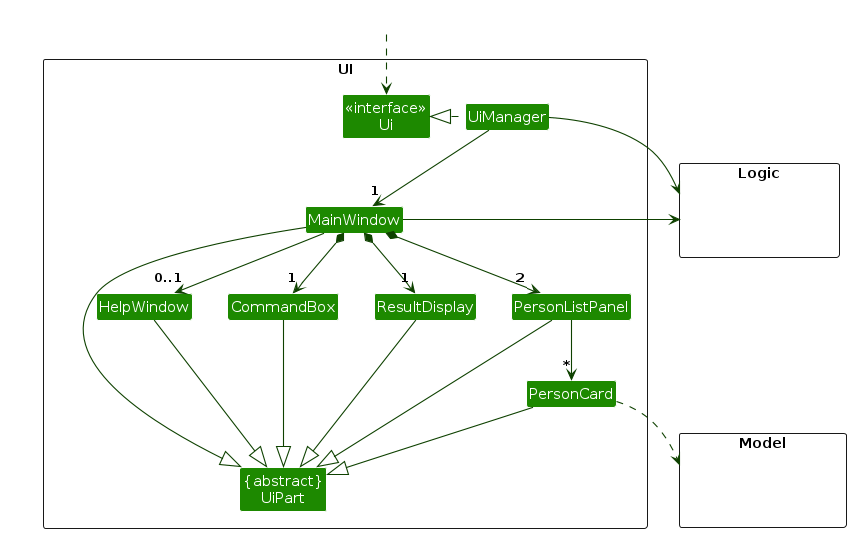
This is diagrams/UiClassDiagram.png from AY2425S1-CS2103T-F09-3/tp, a PlantUML export, as it was before one commit. Its source is kept beside it as diagrams/UiClassDiagram.puml.
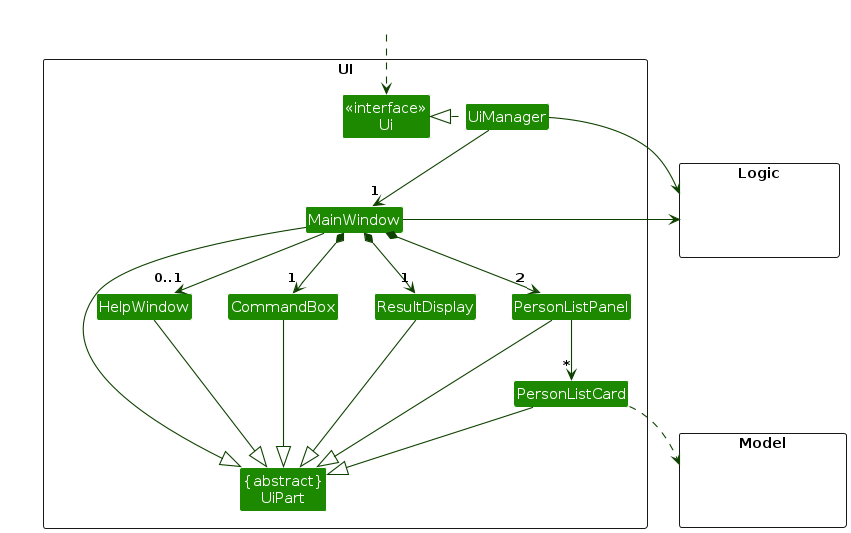
After the change.

The edit, as a diff of the source:
```diff
@@ -12,7 +12,7 @@
 Class HelpWindow
 Class ResultDisplay
 Class PersonListPanel
-Class PersonCard
+Class PersonListCard
 Class CommandBox
 }
 
@@ -34,17 +34,17 @@
 MainWindow *-down-> "2" PersonListPanel
 MainWindow --> "0..1" HelpWindow
 
-PersonListPanel -down-> "*" PersonCard
+PersonListPanel -down-> "*" PersonListCard
 
 MainWindow -left-|> UiPart
 
 ResultDisplay --|> UiPart
 CommandBox --|> UiPart
 PersonListPanel --|> UiPart
-PersonCard --|> UiPart
+PersonListCard --|> UiPart
 HelpWindow --|> UiPart
 
-PersonCard ..> Model
+PersonListCard ..> Model
 UiManager -right-> Logic
 MainWindow -left-> Logic
 
```
